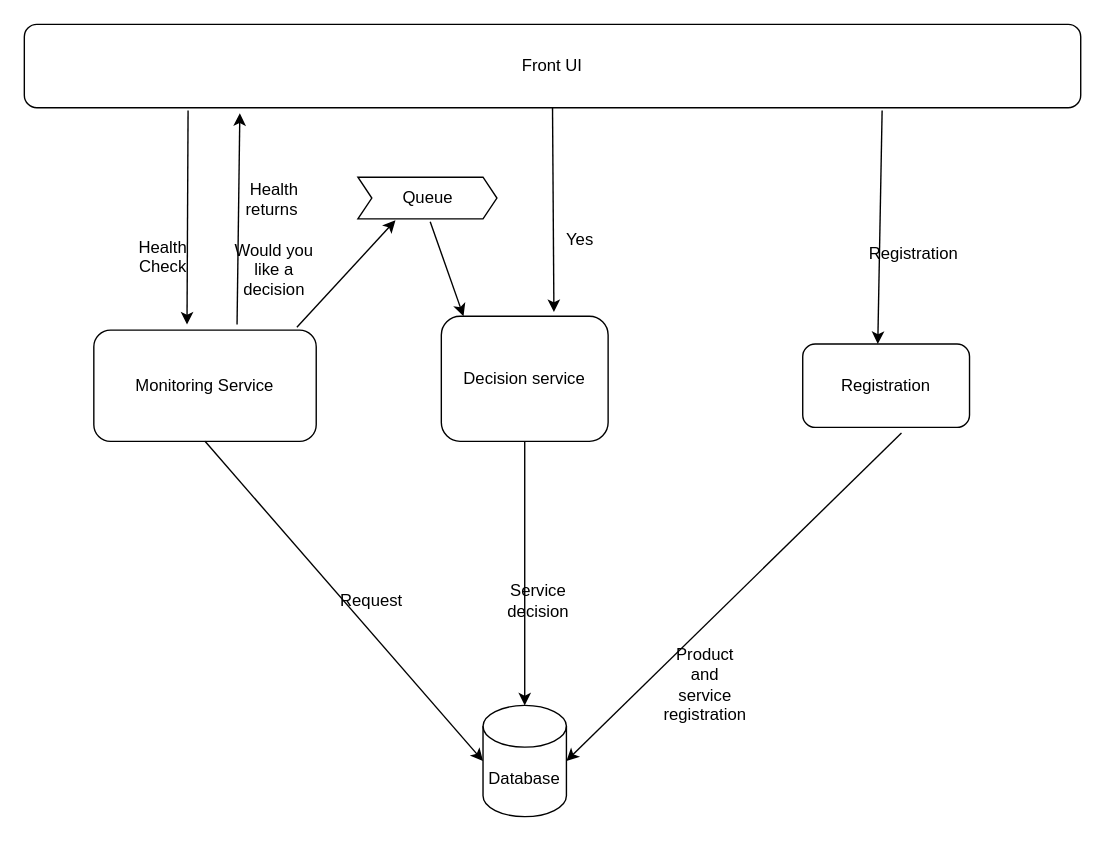
This is Design_document.drawio from duttakaushikkd/service-monitoring-tool, a draw.io file, before an edit. Source tidied: cells renumbered, new cells numbered last; positions are measured from the earlier drawing's top-left corner, leaving out a move shared by most shapes. Both pictures are drawn from the tidied source at 139%, with x=0, y=0 at pixel (24, 24).
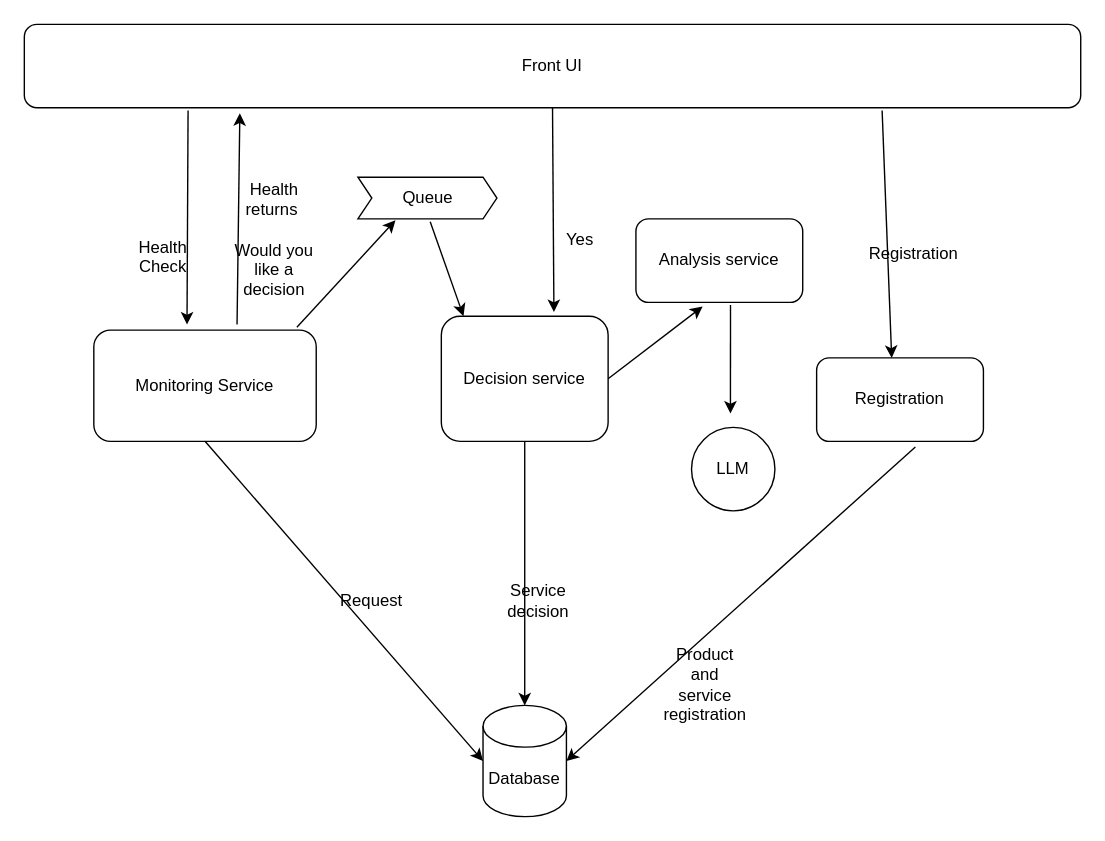
After the change.

The change refers to these unchanged cells:
```xml
<mxCell id="11" value="Decision service" style="rounded=1;whiteSpace=wrap;html=1;" parent="1" vertex="1">
  <mxGeometry x="300" y="210" width="120" height="90" as="geometry" />
</mxCell>
```

The edit, as a diff of the source:
```diff
@@
     <mxCell id="8" value="Registration" style="rounded=1;whiteSpace=wrap;html=1;" parent="1" vertex="1">
-      <mxGeometry x="560" y="230" width="120" height="60" as="geometry" />
+      <mxGeometry x="570" y="240" width="120" height="60" as="geometry" />
     </mxCell>
@@
+    <mxCell id="24" value="Analysis service" style="rounded=1;whiteSpace=wrap;html=1;" parent="1" vertex="1">
+      <mxGeometry x="440" y="140" width="120" height="60" as="geometry" />
+    </mxCell>
+    <mxCell id="25" style="endArrow=classic;html=1;rounded=0;exitX=1;exitY=0.5;exitDx=0;exitDy=0;entryX=0.4;entryY=1.05;entryDx=0;entryDy=0;entryPerimeter=0;" parent="1" edge="1" source="11" target="24">
+      <mxGeometry relative="1" as="geometry" />
+    </mxCell>
+    <mxCell id="26" value="LLM" style="ellipse;whiteSpace=wrap;html=1;" parent="1" vertex="1">
+      <mxGeometry x="480" y="290" width="60" height="60" as="geometry" />
+    </mxCell>
+    <mxCell id="27" style="endArrow=classic;html=1;rounded=0;exitX=0.567;exitY=1.033;exitDx=0;exitDy=0;exitPerimeter=0;" parent="1" edge="1" source="24">
+      <mxGeometry relative="1" as="geometry">
+        <mxPoint x="508" y="280" as="targetPoint" />
+      </mxGeometry>
+    </mxCell>
```
